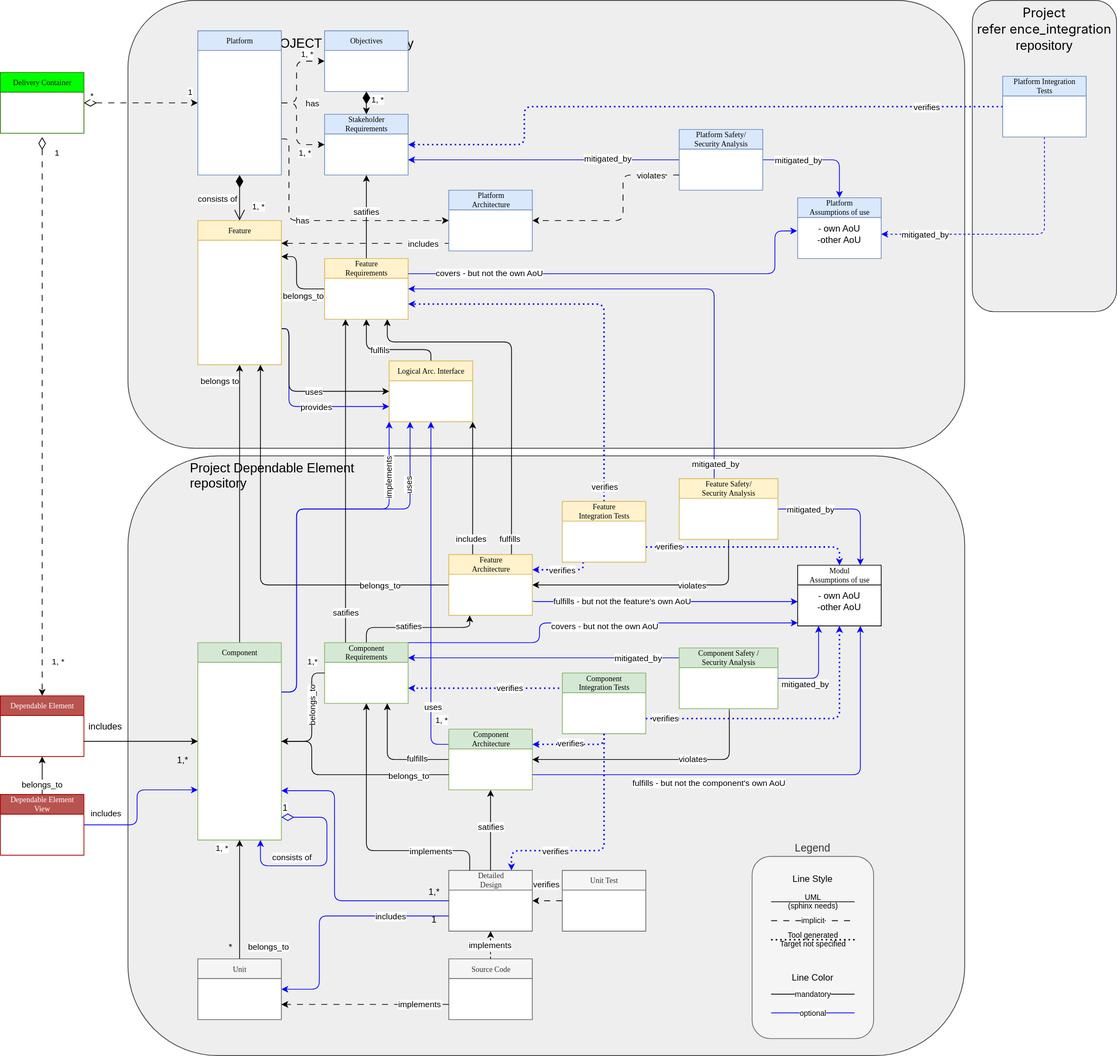
The draw.io diagram process/general_concepts/_assets/score_building_blocks_meta_model_deployment_example.drawio.svg in eclipse-score/process_description, before a commit. Source tidied: cells renumbered, new cells last; positions are measured from the earlier drawing's top-left corner, leaving out a move shared by most shapes.
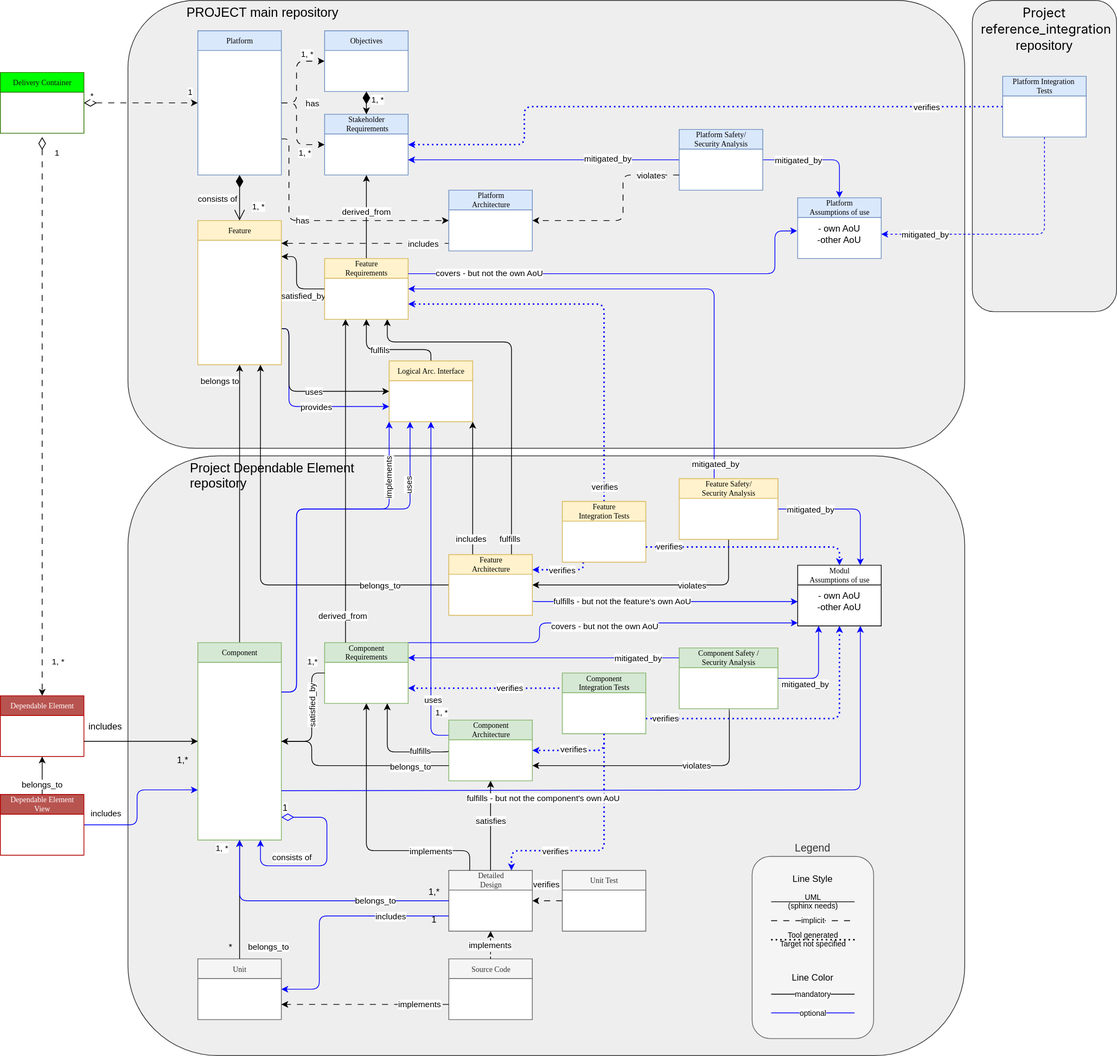
The same file after the commit.

The edit, as a diff of the source:
```diff
@@ -23,7 +23,7 @@
         <mxPoint y="1" as="offset" />
       </mxGeometry>
     </mxCell>
-    <mxCell id="7" value="belongs_to" style="edgeLabel;html=1;align=center;verticalAlign=middle;" parent="6" vertex="1">
+    <mxCell id="7" value="satisfied_by" style="edgeLabel;html=1;align=center;verticalAlign=middle;" parent="6" vertex="1">
       <mxGeometry x="0.82" y="3" relative="1" as="geometry">
         <mxPoint x="-20" y="12" as="offset" />
       </mxGeometry>
@@ -108,19 +108,6 @@
     <mxCell id="22" value="belongs_to" style="edgeLabel;html=1;align=center;verticalAlign=middle;" parent="21" vertex="1">
       <mxGeometry x="-0.66" relative="1" as="geometry" />
     </mxCell>
-    <mxCell id="23" style="edgeStyle=orthogonalEdgeStyle;rounded=1;jettySize=auto;html=1;entryX=0.25;entryY=1;entryDx=0;entryDy=0;endArrow=classic;endFill=1;exitX=0.5;exitY=0;exitDx=0;exitDy=0;curved=0;" parent="1" edge="1" source="27" target="150">
-      <mxGeometry relative="1" as="geometry">
-        <Array as="points">
-          <mxPoint x="515" y="826" />
-          <mxPoint x="665" y="826" />
-        </Array>
-      </mxGeometry>
-    </mxCell>
-    <mxCell id="24" value="satifies" style="edgeLabel;html=1;align=center;verticalAlign=middle;" parent="23" vertex="1">
-      <mxGeometry x="0.06" y="6" relative="1" as="geometry">
-        <mxPoint x="-16" y="4" as="offset" />
-      </mxGeometry>
-    </mxCell>
     <mxCell id="25" style="edgeStyle=orthogonalEdgeStyle;rounded=1;jettySize=auto;html=1;exitX=1;exitY=0;exitDx=0;exitDy=0;strokeColor=#0000FF;curved=0;" parent="1" edge="1" source="27">
       <mxGeometry relative="1" as="geometry">
         <mxPoint x="1050" y="820" as="targetPoint" />
@@ -151,7 +138,7 @@
         <mxPoint x="4" y="-20" as="offset" />
       </mxGeometry>
     </mxCell>
-    <mxCell id="30" value="belongs_to" style="edgeLabel;html=1;align=center;verticalAlign=middle;rotation=-90;" parent="28" vertex="1">
+    <mxCell id="30" value="satisfied_by" style="edgeLabel;html=1;align=center;verticalAlign=middle;rotation=-90;" parent="28" vertex="1">
       <mxGeometry x="0.06" relative="1" as="geometry">
         <mxPoint y="-8" as="offset" />
       </mxGeometry>
@@ -194,7 +181,7 @@
         <mxPoint x="55" y="80" as="targetPoint" />
       </mxGeometry>
     </mxCell>
-    <mxCell id="40" value="satifies" style="edgeLabel;html=1;align=center;verticalAlign=middle;" parent="39" vertex="1">
+    <mxCell id="40" value="derived_from" style="edgeLabel;html=1;align=center;verticalAlign=middle;" parent="39" vertex="1">
       <mxGeometry x="0.11" y="1" relative="1" as="geometry" />
     </mxCell>
     <mxCell id="41" style="endArrow=classic;dashed=1;endFill=1;endSize=6;html=1;rounded=0;fontSize=8;fontColor=#FF0000;exitX=0;exitY=0.75;exitDx=0;exitDy=0;entryX=1;entryY=0.75;entryDx=0;entryDy=0;dashPattern=8 8;" parent="1" edge="1" source="37" target="34">
@@ -275,7 +262,8 @@
     <mxCell id="56" style="edgeStyle=orthogonalEdgeStyle;rounded=1;jettySize=auto;html=1;entryX=0.75;entryY=1;entryDx=0;entryDy=0;endArrow=classic;endFill=1;exitX=0;exitY=0.5;exitDx=0;exitDy=0;curved=0;strokeColor=#000000;" parent="1" edge="1" source="60" target="27">
       <mxGeometry relative="1" as="geometry">
         <Array as="points">
-          <mxPoint x="510" y="1000" />
+          <mxPoint x="591" y="990" />
+          <mxPoint x="510" y="990" />
         </Array>
       </mxGeometry>
     </mxCell>
@@ -291,13 +279,13 @@
       </mxGeometry>
     </mxCell>
     <mxCell id="60" value="Component&lt;br&gt;Architecture" style="swimlane;html=1;fontStyle=0;horizontal=1;startSize=26;fillColor=#d5e8d4;swimlaneFillColor=#ffffff;rounded=0;shadow=0;comic=0;labelBackgroundColor=none;strokeWidth=1;fontFamily=Verdana;fontSize=10;align=center;strokeColor=#82b366;" parent="1" vertex="1">
-      <mxGeometry x="590.5" y="960" width="110" height="80" as="geometry" />
+      <mxGeometry x="590.5" y="948" width="110" height="80" as="geometry" />
     </mxCell>
     <mxCell id="61" value="&lt;div&gt;&lt;br&gt;&lt;/div&gt;" style="edgeStyle=orthogonalEdgeStyle;rounded=1;jettySize=auto;html=1;entryX=0;entryY=0.75;entryDx=0;entryDy=0;curved=0;exitX=1;exitY=0.5;exitDx=0;exitDy=0;startArrow=classic;startFill=1;endArrow=none;endFill=0;" parent="1" edge="1" source="16" target="60">
       <mxGeometry x="-0.89" y="10" relative="1" as="geometry">
         <Array as="points">
           <mxPoint x="410" y="976" />
-          <mxPoint x="410" y="1020" />
+          <mxPoint x="410" y="1008" />
         </Array>
       </mxGeometry>
     </mxCell>
@@ -307,20 +295,22 @@
     <mxCell id="63" value="Detailed&lt;br&gt;Design" style="swimlane;html=1;fontStyle=0;horizontal=1;startSize=26;fillColor=#f5f5f5;swimlaneFillColor=#ffffff;rounded=0;shadow=0;comic=0;labelBackgroundColor=none;strokeWidth=1;fontFamily=Verdana;fontSize=10;align=center;fontColor=#333333;strokeColor=#666666;" parent="1" vertex="1">
       <mxGeometry x="590.5" y="1146" width="110" height="80" as="geometry" />
     </mxCell>
-    <mxCell id="64" style="edgeStyle=orthogonalEdgeStyle;rounded=1;jettySize=auto;html=1;entryX=0;entryY=0.5;entryDx=0;entryDy=0;verticalAlign=bottom;curved=0;exitX=1;exitY=0.75;exitDx=0;exitDy=0;endArrow=none;endFill=0;startArrow=classic;startFill=1;strokeColor=#0000FF;" parent="1" edge="1" source="16" target="63">
+    <mxCell id="64" style="edgeStyle=orthogonalEdgeStyle;rounded=1;jettySize=auto;html=1;entryX=0;entryY=0.5;entryDx=0;entryDy=0;verticalAlign=bottom;curved=0;exitX=0.5;exitY=1;exitDx=0;exitDy=0;endArrow=none;endFill=0;startArrow=classic;startFill=1;strokeColor=#0000FF;" parent="1" edge="1" source="16" target="63">
       <mxGeometry x="-0.88" relative="1" as="geometry">
         <Array as="points">
-          <mxPoint x="440" y="1041" />
-          <mxPoint x="440" y="1186" />
+          <mxPoint x="315" y="1186" />
         </Array>
       </mxGeometry>
     </mxCell>
+    <mxCell id="159" value="belongs_to" style="edgeLabel;html=1;align=center;verticalAlign=middle;" parent="64" vertex="1">
+      <mxGeometry x="0.45" y="1" relative="1" as="geometry" />
+    </mxCell>
     <mxCell id="65" style="edgeStyle=orthogonalEdgeStyle;rounded=1;jettySize=auto;html=1;entryX=0.5;entryY=1;entryDx=0;entryDy=0;endArrow=classic;endFill=1;exitX=0.5;exitY=0;exitDx=0;exitDy=0;curved=0;" parent="1" edge="1" source="63" target="60">
       <mxGeometry relative="1" as="geometry" />
     </mxCell>
-    <mxCell id="66" value="satifies" style="edgeLabel;html=1;align=center;verticalAlign=middle;" parent="65" vertex="1">
+    <mxCell id="66" value="satisfies" style="edgeLabel;html=1;align=center;verticalAlign=middle;" parent="65" vertex="1">
       <mxGeometry x="0.06" y="6" relative="1" as="geometry">
-        <mxPoint x="6" y="-2" as="offset" />
+        <mxPoint x="6" y="-4" as="offset" />
       </mxGeometry>
     </mxCell>
     <mxCell id="67" style="edgeStyle=orthogonalEdgeStyle;rounded=1;jettySize=auto;html=1;endArrow=classic;endFill=1;exitX=0.25;exitY=0;exitDx=0;exitDy=0;entryX=0.5;entryY=1;entryDx=0;entryDy=0;curved=0;" parent="1" edge="1" source="63" target="27">
@@ -493,11 +483,11 @@
     <mxCell id="99" value="Component&lt;br&gt;Integration Tests" style="swimlane;html=1;fontStyle=0;horizontal=1;startSize=26;fillColor=#d5e8d4;swimlaneFillColor=#ffffff;rounded=0;shadow=0;comic=0;labelBackgroundColor=none;strokeWidth=1;fontFamily=Verdana;fontSize=10;align=center;strokeColor=#82b366;" parent="1" vertex="1">
       <mxGeometry x="740" y="886" width="110" height="80" as="geometry" />
     </mxCell>
-    <mxCell id="100" style="edgeStyle=orthogonalEdgeStyle;rounded=1;jettySize=auto;html=1;entryX=1;entryY=0.5;entryDx=0;entryDy=0;curved=0;exitX=0.5;exitY=1;exitDx=0;exitDy=0;" parent="1" edge="1" source="104" target="60">
+    <mxCell id="100" style="edgeStyle=orthogonalEdgeStyle;rounded=1;jettySize=auto;html=1;entryX=1;entryY=0.75;entryDx=0;entryDy=0;curved=0;exitX=0.5;exitY=1;exitDx=0;exitDy=0;" parent="1" edge="1" source="104" target="60">
       <mxGeometry relative="1" as="geometry">
         <Array as="points">
           <mxPoint x="960" y="933" />
-          <mxPoint x="960" y="1000" />
+          <mxPoint x="960" y="1008" />
         </Array>
       </mxGeometry>
     </mxCell>
@@ -541,10 +531,10 @@
     <mxCell id="110" value="1,*" style="text;html=1;align=center;verticalAlign=middle;strokeColor=none;fillColor=none;" parent="1" vertex="1">
       <mxGeometry x="550.6" y="1160" width="40" height="30" as="geometry" />
     </mxCell>
-    <mxCell id="111" style="edgeStyle=orthogonalEdgeStyle;rounded=1;jettySize=auto;html=1;entryX=1;entryY=0.25;entryDx=0;entryDy=0;dashed=1;curved=0;strokeColor=#0000FF;dashPattern=1 2;strokeWidth=2;endSize=3;exitX=0.5;exitY=1;exitDx=0;exitDy=0;" parent="1" edge="1" source="99" target="60">
+    <mxCell id="111" style="edgeStyle=orthogonalEdgeStyle;rounded=1;jettySize=auto;html=1;entryX=1;entryY=0.5;entryDx=0;entryDy=0;dashed=1;curved=0;strokeColor=#0000FF;dashPattern=1 2;strokeWidth=2;endSize=3;exitX=0.5;exitY=1;exitDx=0;exitDy=0;" parent="1" edge="1" source="99" target="60">
       <mxGeometry relative="1" as="geometry">
         <Array as="points">
-          <mxPoint x="795" y="980" />
+          <mxPoint x="795" y="988" />
         </Array>
       </mxGeometry>
     </mxCell>
@@ -691,10 +681,10 @@
     <mxCell id="140" value="fulfills - but not the feature's own AoU" style="edgeLabel;html=1;align=center;verticalAlign=middle;" parent="139" vertex="1">
       <mxGeometry x="0.32" y="-1" relative="1" as="geometry" />
     </mxCell>
-    <mxCell id="141" style="edgeStyle=orthogonalEdgeStyle;rounded=1;jettySize=auto;html=1;exitX=0.75;exitY=1;exitDx=0;exitDy=0;strokeColor=#0000ff;startArrow=classic;startFill=1;endArrow=none;endFill=0;entryX=1;entryY=0.75;entryDx=0;entryDy=0;" parent="1" edge="1" source="151" target="60">
+    <mxCell id="141" style="edgeStyle=orthogonalEdgeStyle;rounded=1;jettySize=auto;html=1;exitX=0.75;exitY=1;exitDx=0;exitDy=0;strokeColor=#0000ff;startArrow=classic;startFill=1;endArrow=none;endFill=0;entryX=1;entryY=0.75;entryDx=0;entryDy=0;" parent="1" edge="1" source="151" target="16">
       <mxGeometry relative="1" as="geometry">
         <Array as="points">
-          <mxPoint x="1133" y="1020" />
+          <mxPoint x="1133" y="1040" />
         </Array>
       </mxGeometry>
     </mxCell>
@@ -753,9 +743,9 @@
     <mxCell id="153" style="edgeStyle=orthogonalEdgeStyle;rounded=0;jettySize=auto;html=1;endArrow=classic;endFill=1;exitX=0.25;exitY=0;exitDx=0;exitDy=0;entryX=0.25;entryY=1;entryDx=0;entryDy=0;" parent="1" edge="1" source="27" target="155">
       <mxGeometry relative="1" as="geometry" />
     </mxCell>
-    <mxCell id="154" value="&lt;span style=&quot;caret-color: rgb(0, 0, 0);&quot;&gt;satifies&lt;/span&gt;" style="edgeLabel;html=1;align=center;verticalAlign=middle;" parent="153" vertex="1">
+    <mxCell id="154" value="&lt;span style=&quot;caret-color: rgb(0, 0, 0);&quot;&gt;derived_from&lt;/span&gt;" style="edgeLabel;html=1;align=center;verticalAlign=middle;" parent="153" vertex="1">
       <mxGeometry x="-0.81" y="1" relative="1" as="geometry">
-        <mxPoint x="1" as="offset" />
+        <mxPoint x="-3" y="4" as="offset" />
       </mxGeometry>
     </mxCell>
     <mxCell id="155" value="Feature&lt;br&gt;Requirements" style="swimlane;html=1;fontStyle=0;horizontal=1;startSize=26;fillColor=#fff2cc;swimlaneFillColor=#ffffff;rounded=0;shadow=0;comic=0;labelBackgroundColor=none;strokeWidth=1;fontFamily=Verdana;fontSize=10;align=center;strokeColor=#d6b656;" parent="1" vertex="1">
```
